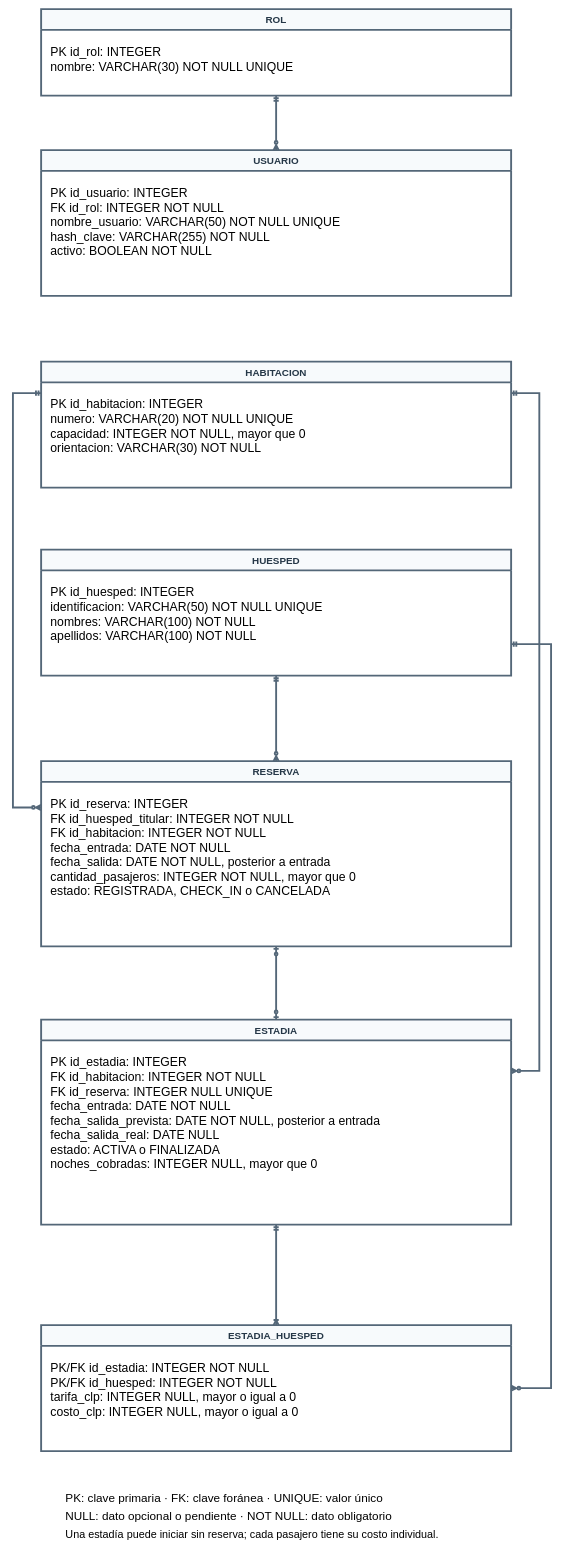
Before: diagramas-editables/modelo-de-datos.drawio in Yutre3/hotel-duerme-bien, a draw.io diagram. Source tidied: cells renumbered, new cells numbered last; positions are measured from the earlier drawing's top-left corner, leaving out a move shared by most shapes. Both pictures are drawn from the tidied source at 47%, with x=0, y=0 at pixel (13, 9).
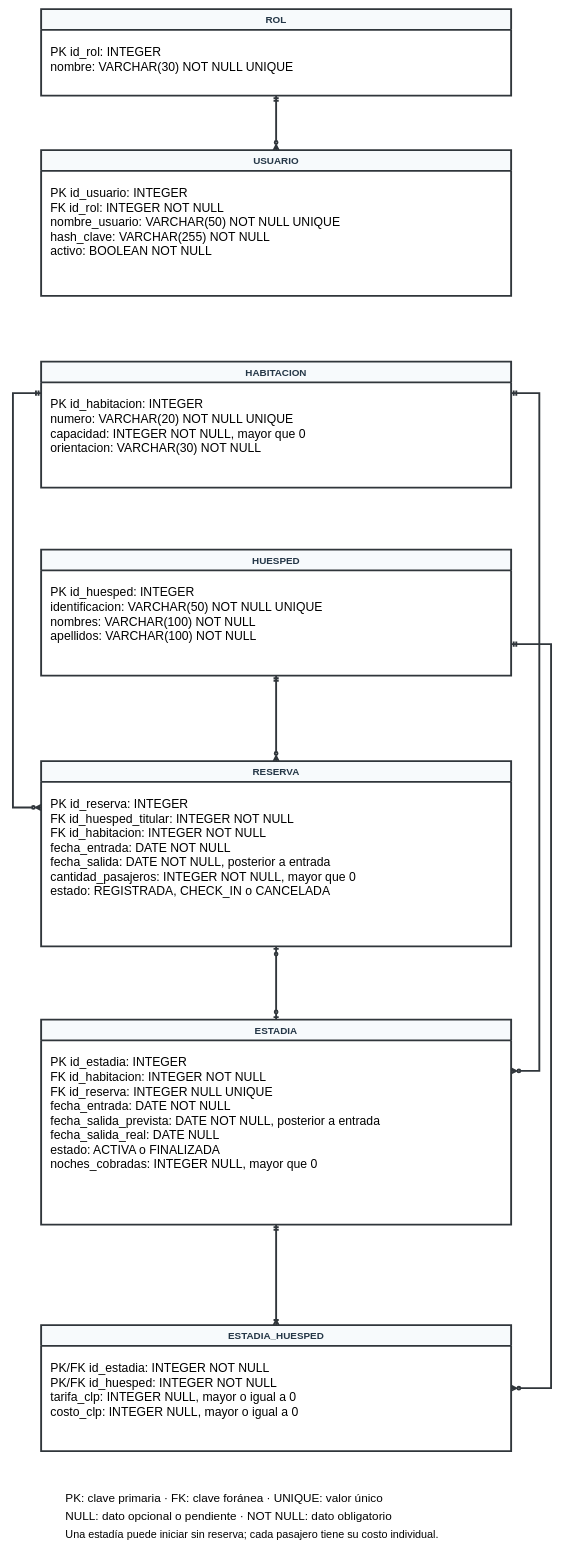
Above is the later version.

What changed in the source:
```diff
@@
-    <mxCell id="2" value="ROL" style="shape=swimlane;startSize=44;horizontal=1;html=0;whiteSpace=wrap;strokeColor=#546778;strokeWidth=4;fillColor=#f7fafc;fontColor=#253747;fontSize=21;fontStyle=1;" parent="1" vertex="1">
+    <mxCell id="2" value="ROL" style="shape=swimlane;startSize=44;horizontal=1;html=0;whiteSpace=wrap;strokeColor=#30363b;strokeWidth=4;fillColor=#f7fafc;fontColor=#253747;fontSize=21;fontStyle=1;" parent="1" vertex="1">
       <mxGeometry x="60" width="1000" height="184" as="geometry" />
     </mxCell>
@@
-    <mxCell id="4" value="USUARIO" style="shape=swimlane;startSize=44;horizontal=1;html=0;whiteSpace=wrap;strokeColor=#546778;strokeWidth=4;fillColor=#f7fafc;fontColor=#253747;fontSize=21;fontStyle=1;" parent="1" vertex="1">
+    <mxCell id="4" value="USUARIO" style="shape=swimlane;startSize=44;horizontal=1;html=0;whiteSpace=wrap;strokeColor=#30363b;strokeWidth=4;fillColor=#f7fafc;fontColor=#253747;fontSize=21;fontStyle=1;" parent="1" vertex="1">
       <mxGeometry x="60" y="300" width="1000" height="310" as="geometry" />
     </mxCell>
@@
-    <mxCell id="6" value="HABITACION" style="shape=swimlane;startSize=44;horizontal=1;html=0;whiteSpace=wrap;strokeColor=#546778;strokeWidth=4;fillColor=#f7fafc;fontColor=#253747;fontSize=21;fontStyle=1;" parent="1" vertex="1">
+    <mxCell id="6" value="HABITACION" style="shape=swimlane;startSize=44;horizontal=1;html=0;whiteSpace=wrap;strokeColor=#30363b;strokeWidth=4;fillColor=#f7fafc;fontColor=#253747;fontSize=21;fontStyle=1;" parent="1" vertex="1">
       <mxGeometry x="60" y="750" width="1000" height="268" as="geometry" />
     </mxCell>
@@
-    <mxCell id="8" value="HUESPED" style="shape=swimlane;startSize=44;horizontal=1;html=0;whiteSpace=wrap;strokeColor=#546778;strokeWidth=4;fillColor=#f7fafc;fontColor=#253747;fontSize=21;fontStyle=1;" parent="1" vertex="1">
+    <mxCell id="8" value="HUESPED" style="shape=swimlane;startSize=44;horizontal=1;html=0;whiteSpace=wrap;strokeColor=#30363b;strokeWidth=4;fillColor=#f7fafc;fontColor=#253747;fontSize=21;fontStyle=1;" parent="1" vertex="1">
       <mxGeometry x="60" y="1150" width="1000" height="268" as="geometry" />
     </mxCell>
@@
-    <mxCell id="10" value="RESERVA" style="shape=swimlane;startSize=44;horizontal=1;html=0;whiteSpace=wrap;strokeColor=#546778;strokeWidth=4;fillColor=#f7fafc;fontColor=#253747;fontSize=21;fontStyle=1;" parent="1" vertex="1">
+    <mxCell id="10" value="RESERVA" style="shape=swimlane;startSize=44;horizontal=1;html=0;whiteSpace=wrap;strokeColor=#30363b;strokeWidth=4;fillColor=#f7fafc;fontColor=#253747;fontSize=21;fontStyle=1;" parent="1" vertex="1">
       <mxGeometry x="60" y="1600" width="1000" height="394" as="geometry" />
     </mxCell>
@@
-    <mxCell id="12" value="ESTADIA" style="shape=swimlane;startSize=44;horizontal=1;html=0;whiteSpace=wrap;strokeColor=#546778;strokeWidth=4;fillColor=#f7fafc;fontColor=#253747;fontSize=21;fontStyle=1;" parent="1" vertex="1">
+    <mxCell id="12" value="ESTADIA" style="shape=swimlane;startSize=44;horizontal=1;html=0;whiteSpace=wrap;strokeColor=#30363b;strokeWidth=4;fillColor=#f7fafc;fontColor=#253747;fontSize=21;fontStyle=1;" parent="1" vertex="1">
       <mxGeometry x="60" y="2150" width="1000" height="436" as="geometry" />
     </mxCell>
@@
-    <mxCell id="14" value="ESTADIA_HUESPED" style="shape=swimlane;startSize=44;horizontal=1;html=0;whiteSpace=wrap;strokeColor=#546778;strokeWidth=4;fillColor=#f7fafc;fontColor=#253747;fontSize=21;fontStyle=1;" parent="1" vertex="1">
+    <mxCell id="14" value="ESTADIA_HUESPED" style="shape=swimlane;startSize=44;horizontal=1;html=0;whiteSpace=wrap;strokeColor=#30363b;strokeWidth=4;fillColor=#f7fafc;fontColor=#253747;fontSize=21;fontStyle=1;" parent="1" vertex="1">
       <mxGeometry x="60" y="2800" width="1000" height="268" as="geometry" />
     </mxCell>
@@
-    <mxCell id="16" style="html=0;edgeStyle=orthogonalEdgeStyle;jettySize=32;rounded=0;strokeWidth=4;strokeColor=#546778;fontSize=22;fontStyle=1;fontColor=#163b50;labelBackgroundColor=#ffffff;endArrow=ERzeroToMany;endFill=0;startArrow=ERmandOne;startFill=0;exitX=0.5;exitY=1;exitPerimeter=0;entryX=0.5;entryY=0;entryPerimeter=0;" parent="1" edge="1" source="2" target="4">
+    <mxCell id="16" style="html=0;edgeStyle=orthogonalEdgeStyle;jettySize=32;rounded=0;strokeWidth=4;strokeColor=#30363b;fontSize=22;fontStyle=1;fontColor=#163b50;labelBackgroundColor=#ffffff;endArrow=ERzeroToMany;endFill=0;startArrow=ERmandOne;startFill=0;exitX=0.5;exitY=1;exitPerimeter=0;entryX=0.5;entryY=0;entryPerimeter=0;" parent="1" edge="1" source="2" target="4">
       <mxGeometry relative="1" as="geometry" />
     </mxCell>
-    <mxCell id="17" style="html=0;edgeStyle=orthogonalEdgeStyle;jettySize=32;rounded=0;strokeWidth=4;strokeColor=#546778;fontSize=22;fontStyle=1;fontColor=#163b50;labelBackgroundColor=#ffffff;endArrow=ERzeroToMany;endFill=0;startArrow=ERmandOne;startFill=0;exitX=0;exitY=0.25;exitPerimeter=0;entryX=0;entryY=0.25;entryPerimeter=0;" parent="1" edge="1" source="6" target="10">
+    <mxCell id="17" style="html=0;edgeStyle=orthogonalEdgeStyle;jettySize=32;rounded=0;strokeWidth=4;strokeColor=#30363b;fontSize=22;fontStyle=1;fontColor=#163b50;labelBackgroundColor=#ffffff;endArrow=ERzeroToMany;endFill=0;startArrow=ERmandOne;startFill=0;exitX=0;exitY=0.25;exitPerimeter=0;entryX=0;entryY=0.25;entryPerimeter=0;" parent="1" edge="1" source="6" target="10">
       <mxGeometry relative="1" as="geometry">
         <Array as="points">
           <mxPoint y="817" />
           <mxPoint y="1698.5" />
         </Array>
       </mxGeometry>
     </mxCell>
-    <mxCell id="18" style="html=0;edgeStyle=orthogonalEdgeStyle;jettySize=32;rounded=0;strokeWidth=4;strokeColor=#546778;fontSize=22;fontStyle=1;fontColor=#163b50;labelBackgroundColor=#ffffff;endArrow=ERzeroToMany;endFill=0;startArrow=ERmandOne;startFill=0;exitX=1;exitY=0.25;exitPerimeter=0;entryX=1;entryY=0.25;entryPerimeter=0;" parent="1" edge="1" source="6" target="12">
+    <mxCell id="18" style="html=0;edgeStyle=orthogonalEdgeStyle;jettySize=32;rounded=0;strokeWidth=4;strokeColor=#30363b;fontSize=22;fontStyle=1;fontColor=#163b50;labelBackgroundColor=#ffffff;endArrow=ERzeroToMany;endFill=0;startArrow=ERmandOne;startFill=0;exitX=1;exitY=0.25;exitPerimeter=0;entryX=1;entryY=0.25;entryPerimeter=0;" parent="1" edge="1" source="6" target="12">
       <mxGeometry relative="1" as="geometry">
         <Array as="points">
           <mxPoint x="1120" y="817" />
           <mxPoint x="1120" y="2259" />
         </Array>
       </mxGeometry>
     </mxCell>
-    <mxCell id="19" style="html=0;edgeStyle=orthogonalEdgeStyle;jettySize=32;rounded=0;strokeWidth=4;strokeColor=#546778;fontSize=22;fontStyle=1;fontColor=#163b50;labelBackgroundColor=#ffffff;endArrow=ERzeroToMany;endFill=0;startArrow=ERmandOne;startFill=0;exitX=0.5;exitY=1;exitPerimeter=0;entryX=0.5;entryY=0;entryPerimeter=0;" parent="1" edge="1" source="8" target="10">
+    <mxCell id="19" style="html=0;edgeStyle=orthogonalEdgeStyle;jettySize=32;rounded=0;strokeWidth=4;strokeColor=#30363b;fontSize=22;fontStyle=1;fontColor=#163b50;labelBackgroundColor=#ffffff;endArrow=ERzeroToMany;endFill=0;startArrow=ERmandOne;startFill=0;exitX=0.5;exitY=1;exitPerimeter=0;entryX=0.5;entryY=0;entryPerimeter=0;" parent="1" edge="1" source="8" target="10">
       <mxGeometry relative="1" as="geometry" />
     </mxCell>
-    <mxCell id="20" style="html=0;edgeStyle=orthogonalEdgeStyle;jettySize=32;rounded=0;strokeWidth=4;strokeColor=#546778;fontSize=22;fontStyle=1;fontColor=#163b50;labelBackgroundColor=#ffffff;endArrow=ERzeroToOne;endFill=0;startArrow=ERzeroToOne;startFill=0;exitX=0.5;exitY=1;exitPerimeter=0;entryX=0.5;entryY=0;entryPerimeter=0;" parent="1" edge="1" source="10" target="12">
+    <mxCell id="20" style="html=0;edgeStyle=orthogonalEdgeStyle;jettySize=32;rounded=0;strokeWidth=4;strokeColor=#30363b;fontSize=22;fontStyle=1;fontColor=#163b50;labelBackgroundColor=#ffffff;endArrow=ERzeroToOne;endFill=0;startArrow=ERzeroToOne;startFill=0;exitX=0.5;exitY=1;exitPerimeter=0;entryX=0.5;entryY=0;entryPerimeter=0;" parent="1" edge="1" source="10" target="12">
       <mxGeometry relative="1" as="geometry" />
     </mxCell>
-    <mxCell id="21" style="html=0;edgeStyle=orthogonalEdgeStyle;jettySize=32;rounded=0;strokeWidth=4;strokeColor=#546778;fontSize=22;fontStyle=1;fontColor=#163b50;labelBackgroundColor=#ffffff;endArrow=ERoneToMany;endFill=0;startArrow=ERmandOne;startFill=0;exitX=0.5;exitY=1;exitPerimeter=0;entryX=0.5;entryY=0;entryPerimeter=0;" parent="1" edge="1" source="12" target="14">
+    <mxCell id="21" style="html=0;edgeStyle=orthogonalEdgeStyle;jettySize=32;rounded=0;strokeWidth=4;strokeColor=#30363b;fontSize=22;fontStyle=1;fontColor=#163b50;labelBackgroundColor=#ffffff;endArrow=ERoneToMany;endFill=0;startArrow=ERmandOne;startFill=0;exitX=0.5;exitY=1;exitPerimeter=0;entryX=0.5;entryY=0;entryPerimeter=0;" parent="1" edge="1" source="12" target="14">
       <mxGeometry relative="1" as="geometry" />
     </mxCell>
-    <mxCell id="22" style="html=0;edgeStyle=orthogonalEdgeStyle;jettySize=32;rounded=0;strokeWidth=4;strokeColor=#546778;fontSize=22;fontStyle=1;fontColor=#163b50;labelBackgroundColor=#ffffff;endArrow=ERzeroToMany;endFill=0;startArrow=ERmandOne;startFill=0;exitX=1;exitY=0.75;exitPerimeter=0;entryX=1;entryY=0.5;entryPerimeter=0;" parent="1" edge="1" source="8" target="14">
+    <mxCell id="22" style="html=0;edgeStyle=orthogonalEdgeStyle;jettySize=32;rounded=0;strokeWidth=4;strokeColor=#30363b;fontSize=22;fontStyle=1;fontColor=#163b50;labelBackgroundColor=#ffffff;endArrow=ERzeroToMany;endFill=0;startArrow=ERmandOne;startFill=0;exitX=1;exitY=0.75;exitPerimeter=0;entryX=1;entryY=0.5;entryPerimeter=0;" parent="1" edge="1" source="8" target="14">
       <mxGeometry relative="1" as="geometry">
         <Array as="points">
           <mxPoint x="1145" y="1351" />
           <mxPoint x="1145" y="2934" />
         </Array>
       </mxGeometry>
     </mxCell>
```
